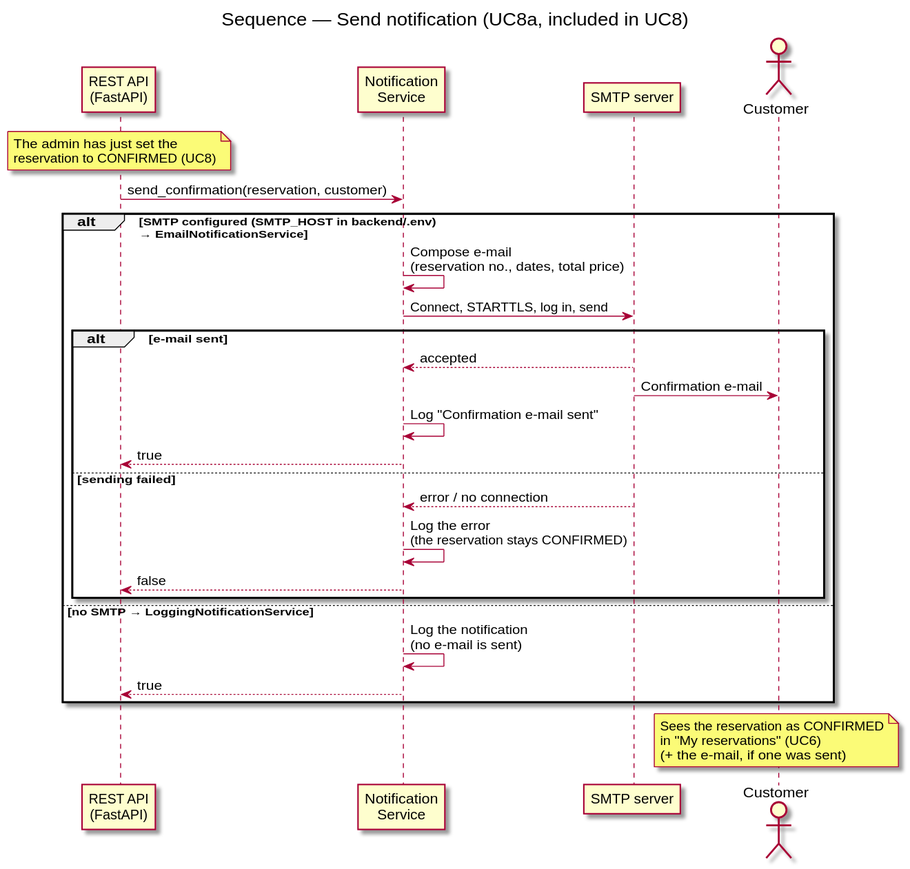
Earlier version of the PlantUML export docs/diagrams/sequence-send-notification.svg (DavidMagyarics/CarRentalVSB).
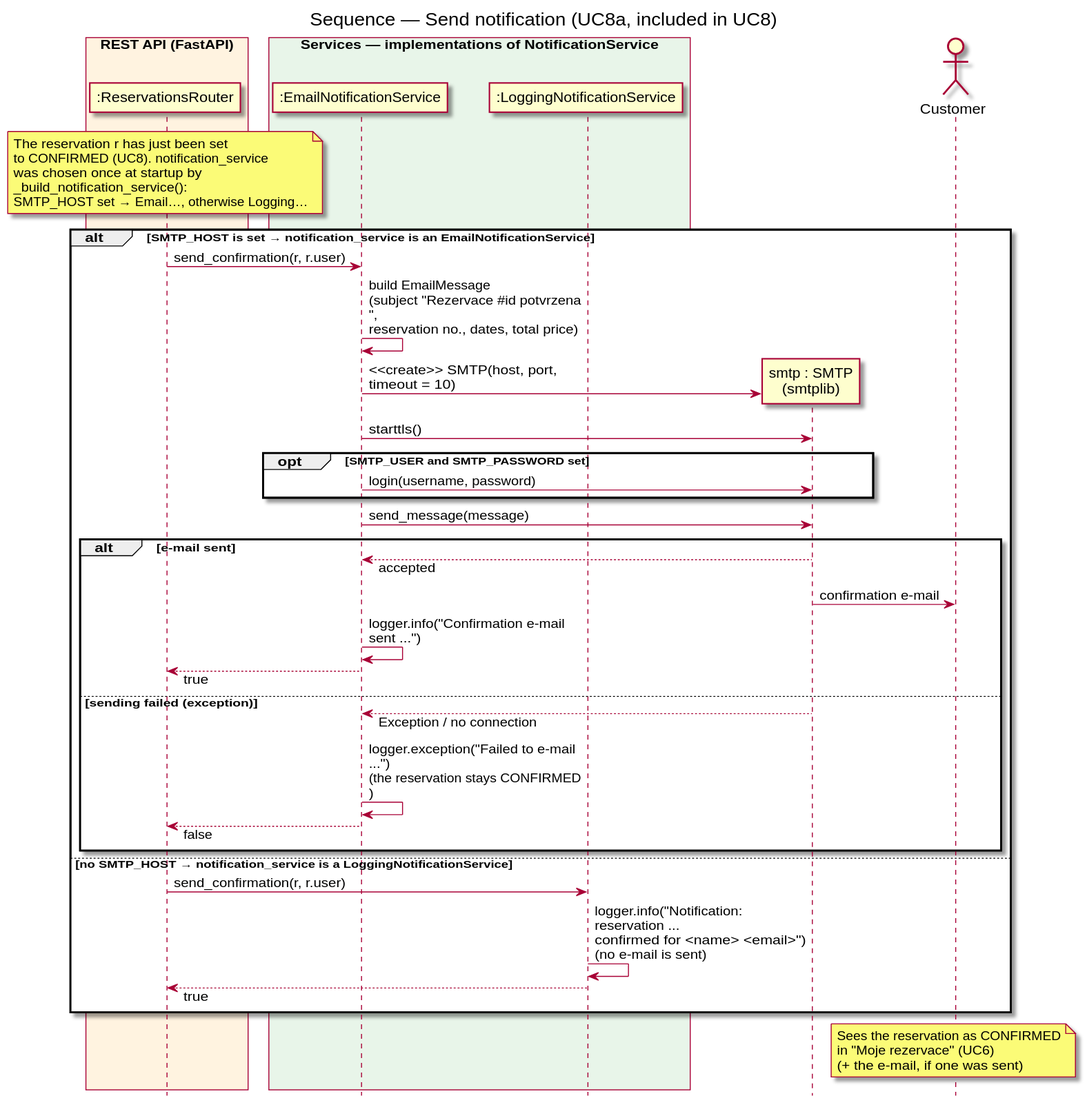
Above is the later version.

What changed in the source:
```diff
@@ -1,39 +1,57 @@
 @startuml sequence-send-notification
 skinparam backgroundColor white
+skinparam responseMessageBelowArrow true
+skinparam maxMessageSize 220
+hide footbox
 title Sequence — Send notification (UC8a, included in UC8)
 
-participant "REST API\n(FastAPI)" as API
-participant "Notification\nService" as NS
-participant "SMTP server" as SMTP
+box "REST API (FastAPI)" #FFF3E0
+  participant ":ReservationsRouter" as ResRouter
+end box
+box "Services — implementations of NotificationService" #E8F5E9
+  participant ":EmailNotificationService" as Email
+  participant ":LoggingNotificationService" as Logging
+end box
+participant "smtp : SMTP\n(smtplib)" as SMTP
 actor Customer
 
-note over API
-  The admin has just set the
-  reservation to CONFIRMED (UC8)
+note over ResRouter
+  The reservation r has just been set
+  to CONFIRMED (UC8). notification_service
+  was chosen once at startup by
+  _build_notification_service():
+  SMTP_HOST set → Email…, otherwise Logging…
 end note
-API -> NS: send_confirmation(reservation, customer)
 
-alt SMTP configured (SMTP_HOST in backend/.env)\n→ EmailNotificationService
-  NS -> NS: Compose e-mail\n(reservation no., dates, total price)
-  NS -> SMTP: Connect, STARTTLS, log in, send
+alt SMTP_HOST is set → notification_service is an EmailNotificationService
+  ResRouter -> Email : send_confirmation(r, r.user)
+  Email -> Email : build EmailMessage\n(subject "Rezervace #id potvrzena",\nreservation no., dates, total price)
+  create SMTP
+  Email -> SMTP : <<create>> SMTP(host, port, timeout = 10)
+  Email -> SMTP : starttls()
+  opt SMTP_USER and SMTP_PASSWORD set
+    Email -> SMTP : login(username, password)
+  end
+  Email -> SMTP : send_message(message)
   alt e-mail sent
-    SMTP --> NS: accepted
-    SMTP -> Customer: Confirmation e-mail
-    NS -> NS: Log "Confirmation e-mail sent"
-    NS --> API: true
-  else sending failed
-    SMTP --> NS: error / no connection
-    NS -> NS: Log the error\n(the reservation stays CONFIRMED)
-    NS --> API: false
+    SMTP --> Email : accepted
+    SMTP -> Customer : confirmation e-mail
+    Email -> Email : logger.info("Confirmation e-mail sent ...")
+    Email --> ResRouter : true
+  else sending failed (exception)
+    SMTP --> Email : Exception / no connection
+    Email -> Email : logger.exception("Failed to e-mail ...")\n(the reservation stays CONFIRMED)
+    Email --> ResRouter : false
   end
-else no SMTP → LoggingNotificationService
-  NS -> NS: Log the notification\n(no e-mail is sent)
-  NS --> API: true
+else no SMTP_HOST → notification_service is a LoggingNotificationService
+  ResRouter -> Logging : send_confirmation(r, r.user)
+  Logging -> Logging : logger.info("Notification: reservation ...\nconfirmed for <name> <email>")\n(no e-mail is sent)
+  Logging --> ResRouter : true
 end
 
 note over Customer
   Sees the reservation as CONFIRMED
-  in "My reservations" (UC6)
+  in "Moje rezervace" (UC6)
   (+ the e-mail, if one was sent)
 end note
 @enduml
```
